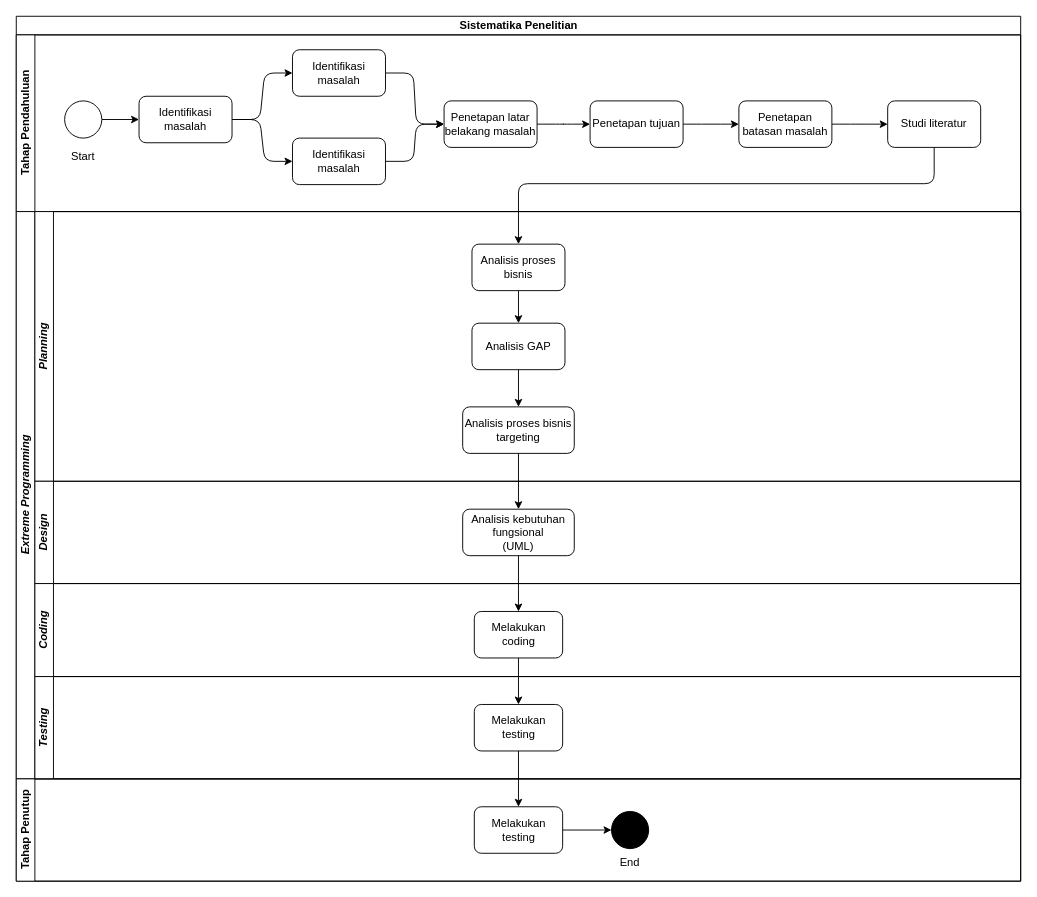
foxxxesky/Final-Projects-Backend-OVO keeps this draw.io diagram as requirements/Sistematika Penelitian.drawio. Above is the earlier version. Source tidied: cells renumbered, new cells numbered last; positions are measured from the earlier drawing's top-left corner, leaving out a move shared by most shapes. Both pictures are drawn from the tidied source at 93%, with x=0, y=0 at pixel (16, 16).
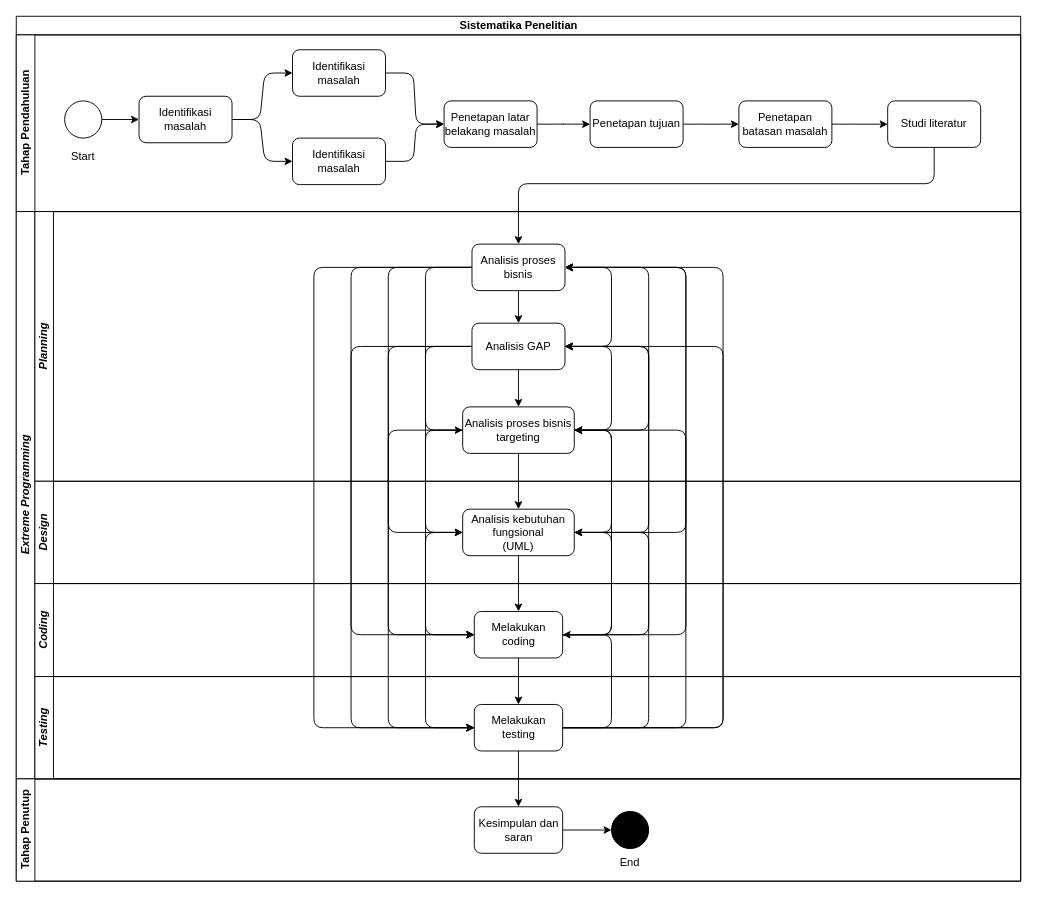
The same page after the edit.

Unchanged cells that the change refers to:
```xml
<mxCell id="21" value="&lt;i&gt;Extreme Programming&lt;/i&gt;" style="swimlane;startSize=20;horizontal=0;html=1;" parent="2" vertex="1">
  <mxGeometry y="210" width="1080" height="610" as="geometry" />
</mxCell>
<mxCell id="22" value="&lt;i&gt;Planning&lt;/i&gt;" style="swimlane;startSize=20;horizontal=0;html=1;whiteSpace=wrap;" parent="21" vertex="1">
  <mxGeometry x="20" width="1060" height="290" as="geometry" />
</mxCell>
<mxCell id="24" value="Analisis proses bisnis" style="rounded=1;whiteSpace=wrap;html=1;" parent="22" vertex="1">
  <mxGeometry x="470" y="35" width="100" height="50" as="geometry" />
</mxCell>
<mxCell id="26" value="Analisis GAP" style="rounded=1;whiteSpace=wrap;html=1;" parent="22" vertex="1">
  <mxGeometry x="470" y="120" width="100" height="50" as="geometry" />
</mxCell>
<mxCell id="27" value="Analisis proses bisnis targeting" style="rounded=1;whiteSpace=wrap;html=1;" parent="22" vertex="1">
  <mxGeometry x="460" y="210" width="120" height="50" as="geometry" />
</mxCell>
<mxCell id="29" value="Analisis kebutuhan fungsional &lt;br&gt;(UML)" style="rounded=1;whiteSpace=wrap;html=1;" parent="28" vertex="1">
  <mxGeometry x="460" y="30" width="120" height="50" as="geometry" />
</mxCell>
<mxCell id="31" value="Melakukan coding" style="rounded=1;whiteSpace=wrap;html=1;" parent="30" vertex="1">
  <mxGeometry x="472.5" y="30" width="95" height="50" as="geometry" />
</mxCell>
<mxCell id="33" value="Melakukan testing" style="rounded=1;whiteSpace=wrap;html=1;" parent="32" vertex="1">
  <mxGeometry x="472.5" y="30" width="95" height="50" as="geometry" />
</mxCell>
<mxCell id="37" value="Tahap Penutup" style="swimlane;startSize=20;horizontal=0;html=1;" parent="2" vertex="1">
  <mxGeometry y="820" width="1080" height="110" as="geometry" />
</mxCell>
```

What changed in the source:
```diff
@@
+    <mxCell id="44" style="edgeStyle=orthogonalEdgeStyle;html=1;entryX=0;entryY=0.5;entryDx=0;entryDy=0;" parent="22" edge="1" source="24" target="27">
+      <mxGeometry relative="1" as="geometry">
+        <Array as="points">
+          <mxPoint x="420" y="60" />
+          <mxPoint x="420" y="235" />
+        </Array>
+      </mxGeometry>
+    </mxCell>
@@
+    <mxCell id="45" style="edgeStyle=orthogonalEdgeStyle;html=1;entryX=1;entryY=0.5;entryDx=0;entryDy=0;" parent="22" edge="1" source="26" target="24">
+      <mxGeometry relative="1" as="geometry">
+        <Array as="points">
+          <mxPoint x="620" y="145" />
+          <mxPoint x="620" y="60" />
+        </Array>
+      </mxGeometry>
+    </mxCell>
@@
+    <mxCell id="46" style="edgeStyle=orthogonalEdgeStyle;html=1;entryX=1;entryY=0.5;entryDx=0;entryDy=0;" parent="22" edge="1" source="27" target="24">
+      <mxGeometry relative="1" as="geometry">
+        <Array as="points">
+          <mxPoint x="660" y="235" />
+          <mxPoint x="660" y="60" />
+        </Array>
+      </mxGeometry>
+    </mxCell>
+    <mxCell id="47" style="edgeStyle=orthogonalEdgeStyle;html=1;entryX=1;entryY=0.5;entryDx=0;entryDy=0;" parent="22" edge="1" source="27" target="26">
+      <mxGeometry relative="1" as="geometry">
+        <Array as="points">
+          <mxPoint x="620" y="235" />
+          <mxPoint x="620" y="145" />
+        </Array>
+      </mxGeometry>
+    </mxCell>
@@
+    <mxCell id="48" style="edgeStyle=orthogonalEdgeStyle;html=1;entryX=0;entryY=0.5;entryDx=0;entryDy=0;" parent="21" edge="1" source="27" target="31">
+      <mxGeometry relative="1" as="geometry">
+        <Array as="points">
+          <mxPoint x="440" y="235" />
+          <mxPoint x="440" y="455" />
+        </Array>
+      </mxGeometry>
+    </mxCell>
+    <mxCell id="49" style="edgeStyle=orthogonalEdgeStyle;html=1;entryX=0;entryY=0.5;entryDx=0;entryDy=0;" parent="21" edge="1" source="24" target="29">
+      <mxGeometry relative="1" as="geometry">
+        <Array as="points">
+          <mxPoint x="400" y="60" />
+          <mxPoint x="400" y="345" />
+        </Array>
+      </mxGeometry>
+    </mxCell>
+    <mxCell id="50" style="edgeStyle=orthogonalEdgeStyle;html=1;entryX=0;entryY=0.5;entryDx=0;entryDy=0;" parent="21" edge="1" source="24" target="31">
+      <mxGeometry relative="1" as="geometry">
+        <Array as="points">
+          <mxPoint x="360" y="60" />
+          <mxPoint x="360" y="455" />
+        </Array>
+      </mxGeometry>
+    </mxCell>
+    <mxCell id="51" style="edgeStyle=orthogonalEdgeStyle;html=1;entryX=0;entryY=0.5;entryDx=0;entryDy=0;" parent="21" edge="1" source="24" target="33">
+      <mxGeometry relative="1" as="geometry">
+        <Array as="points">
+          <mxPoint x="320" y="60" />
+          <mxPoint x="320" y="555" />
+        </Array>
+      </mxGeometry>
+    </mxCell>
+    <mxCell id="52" style="edgeStyle=orthogonalEdgeStyle;html=1;entryX=0;entryY=0.5;entryDx=0;entryDy=0;" parent="21" edge="1" source="27" target="33">
+      <mxGeometry relative="1" as="geometry">
+        <Array as="points">
+          <mxPoint x="400" y="235" />
+          <mxPoint x="400" y="555" />
+        </Array>
+      </mxGeometry>
+    </mxCell>
+    <mxCell id="53" style="edgeStyle=orthogonalEdgeStyle;html=1;entryX=0;entryY=0.5;entryDx=0;entryDy=0;" parent="21" edge="1" source="26" target="29">
+      <mxGeometry relative="1" as="geometry">
+        <Array as="points">
+          <mxPoint x="440" y="145" />
+          <mxPoint x="440" y="345" />
+        </Array>
+      </mxGeometry>
+    </mxCell>
+    <mxCell id="54" style="edgeStyle=orthogonalEdgeStyle;html=1;entryX=0;entryY=0.5;entryDx=0;entryDy=0;" parent="21" edge="1" source="26" target="31">
+      <mxGeometry relative="1" as="geometry">
+        <Array as="points">
+          <mxPoint x="400" y="145" />
+          <mxPoint x="400" y="455" />
+        </Array>
+      </mxGeometry>
+    </mxCell>
+    <mxCell id="55" style="edgeStyle=orthogonalEdgeStyle;html=1;entryX=0;entryY=0.5;entryDx=0;entryDy=0;" parent="21" edge="1" source="26" target="33">
+      <mxGeometry relative="1" as="geometry">
+        <Array as="points">
+          <mxPoint x="360" y="145" />
+          <mxPoint x="360" y="555" />
+        </Array>
+      </mxGeometry>
+    </mxCell>
+    <mxCell id="56" style="edgeStyle=orthogonalEdgeStyle;html=1;entryX=0;entryY=0.5;entryDx=0;entryDy=0;" parent="21" edge="1" source="29" target="33">
+      <mxGeometry relative="1" as="geometry">
+        <Array as="points">
+          <mxPoint x="440" y="345" />
+          <mxPoint x="440" y="555" />
+        </Array>
+      </mxGeometry>
+    </mxCell>
+    <mxCell id="57" style="edgeStyle=orthogonalEdgeStyle;html=1;entryX=1;entryY=0.5;entryDx=0;entryDy=0;" parent="21" edge="1" source="29" target="26">
+      <mxGeometry relative="1" as="geometry">
+        <Array as="points">
+          <mxPoint x="680" y="345" />
+          <mxPoint x="680" y="145" />
+        </Array>
+      </mxGeometry>
+    </mxCell>
+    <mxCell id="58" style="edgeStyle=orthogonalEdgeStyle;html=1;entryX=1;entryY=0.5;entryDx=0;entryDy=0;" parent="21" edge="1" source="29" target="24">
+      <mxGeometry relative="1" as="geometry">
+        <Array as="points">
+          <mxPoint x="720" y="345" />
+          <mxPoint x="720" y="60" />
+        </Array>
+      </mxGeometry>
+    </mxCell>
+    <mxCell id="59" style="edgeStyle=orthogonalEdgeStyle;html=1;entryX=1;entryY=0.5;entryDx=0;entryDy=0;" parent="21" edge="1" source="31" target="27">
+      <mxGeometry relative="1" as="geometry">
+        <Array as="points">
+          <mxPoint x="640" y="455" />
+          <mxPoint x="640" y="235" />
+        </Array>
+      </mxGeometry>
+    </mxCell>
+    <mxCell id="60" style="edgeStyle=orthogonalEdgeStyle;html=1;entryX=1;entryY=0.5;entryDx=0;entryDy=0;" parent="21" edge="1" source="31" target="26">
+      <mxGeometry relative="1" as="geometry">
+        <Array as="points">
+          <mxPoint x="680" y="455" />
+          <mxPoint x="680" y="145" />
+        </Array>
+      </mxGeometry>
+    </mxCell>
+    <mxCell id="61" style="edgeStyle=orthogonalEdgeStyle;html=1;entryX=1;entryY=0.5;entryDx=0;entryDy=0;" parent="21" edge="1" source="31" target="24">
+      <mxGeometry relative="1" as="geometry">
+        <Array as="points">
+          <mxPoint x="720" y="455" />
+          <mxPoint x="720" y="60" />
+        </Array>
+      </mxGeometry>
+    </mxCell>
+    <mxCell id="62" style="edgeStyle=orthogonalEdgeStyle;html=1;entryX=1;entryY=0.5;entryDx=0;entryDy=0;" parent="21" edge="1" source="29" target="27">
+      <mxGeometry relative="1" as="geometry">
+        <Array as="points">
+          <mxPoint x="640" y="345" />
+          <mxPoint x="640" y="235" />
+        </Array>
+      </mxGeometry>
+    </mxCell>
+    <mxCell id="63" style="edgeStyle=orthogonalEdgeStyle;html=1;entryX=1;entryY=0.5;entryDx=0;entryDy=0;" parent="21" edge="1" source="31" target="29">
+      <mxGeometry relative="1" as="geometry">
+        <Array as="points">
+          <mxPoint x="640" y="455" />
+          <mxPoint x="640" y="345" />
+        </Array>
+      </mxGeometry>
+    </mxCell>
+    <mxCell id="64" style="edgeStyle=orthogonalEdgeStyle;html=1;entryX=1;entryY=0.5;entryDx=0;entryDy=0;" parent="21" edge="1" source="33" target="31">
+      <mxGeometry relative="1" as="geometry">
+        <Array as="points">
+          <mxPoint x="640" y="555" />
+          <mxPoint x="640" y="455" />
+        </Array>
+      </mxGeometry>
+    </mxCell>
+    <mxCell id="65" style="edgeStyle=orthogonalEdgeStyle;html=1;entryX=1;entryY=0.5;entryDx=0;entryDy=0;" parent="21" edge="1" source="33" target="29">
+      <mxGeometry relative="1" as="geometry">
+        <Array as="points">
+          <mxPoint x="680" y="555" />
+          <mxPoint x="680" y="345" />
+        </Array>
+      </mxGeometry>
+    </mxCell>
+    <mxCell id="66" style="edgeStyle=orthogonalEdgeStyle;html=1;entryX=1;entryY=0.5;entryDx=0;entryDy=0;" parent="21" edge="1" source="33" target="27">
+      <mxGeometry relative="1" as="geometry">
+        <Array as="points">
+          <mxPoint x="720" y="555" />
+          <mxPoint x="720" y="235" />
+        </Array>
+      </mxGeometry>
+    </mxCell>
+    <mxCell id="67" style="edgeStyle=orthogonalEdgeStyle;html=1;entryX=1;entryY=0.5;entryDx=0;entryDy=0;" parent="21" edge="1" source="33" target="26">
+      <mxGeometry relative="1" as="geometry">
+        <Array as="points">
+          <mxPoint x="760" y="555" />
+          <mxPoint x="760" y="145" />
+        </Array>
+      </mxGeometry>
+    </mxCell>
+    <mxCell id="68" style="edgeStyle=orthogonalEdgeStyle;html=1;entryX=1;entryY=0.5;entryDx=0;entryDy=0;" parent="21" edge="1" source="33" target="24">
+      <mxGeometry relative="1" as="geometry">
+        <Array as="points">
+          <mxPoint x="760" y="555" />
+          <mxPoint x="760" y="60" />
+        </Array>
+      </mxGeometry>
+    </mxCell>
@@
-    <mxCell id="39" value="Melakukan testing" style="rounded=1;whiteSpace=wrap;html=1;" parent="37" vertex="1">
+    <mxCell id="39" value="Kesimpulan dan saran" style="rounded=1;whiteSpace=wrap;html=1;" parent="37" vertex="1">
       <mxGeometry x="492.5" y="30" width="95" height="50" as="geometry" />
     </mxCell>
```
